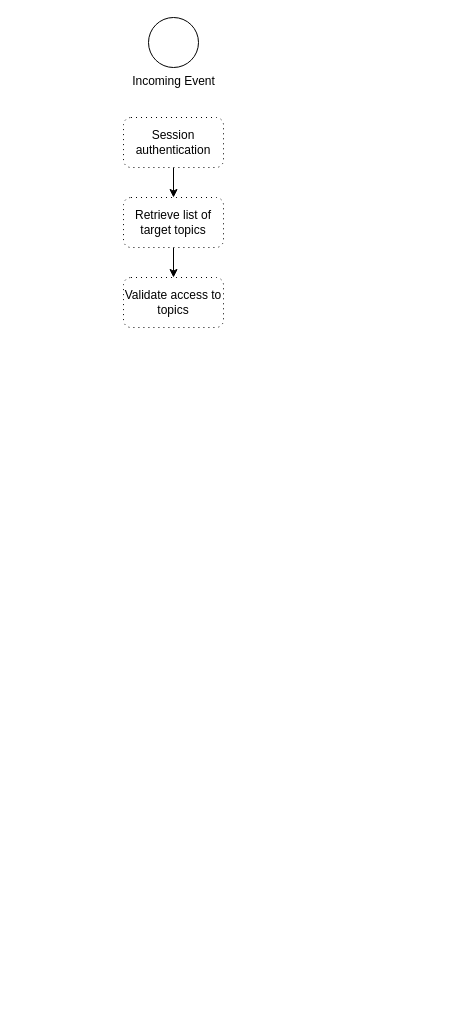
Earlier version of the draw.io diagram Kafka Routing design.drawio (jdbennet2001/draw.io). Source tidied: cells renumbered, new cells numbered last; positions are measured from the earlier drawing's top-left corner, leaving out a move shared by most shapes. Both pictures are drawn from the tidied source at 100%, with x=0, y=0 at pixel (123, 17).
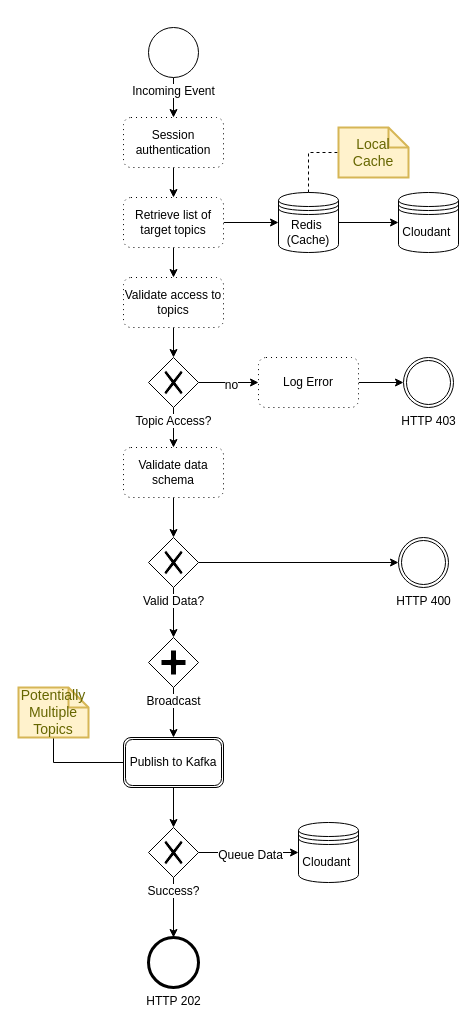
The same diagram, later.

Unchanged cells that the change refers to:
```xml
<mxCell id="4" value="Session authentication" style="shape=ext;rounded=1;html=1;whiteSpace=wrap;dashed=1;dashPattern=1 4;" parent="1" vertex="1">
  <mxGeometry y="100" width="100" height="50" as="geometry" />
</mxCell>
<mxCell id="6" value="Retrieve list of target topics" style="shape=ext;rounded=1;html=1;whiteSpace=wrap;dashed=1;dashPattern=1 4;" parent="1" vertex="1">
  <mxGeometry y="180" width="100" height="50" as="geometry" />
</mxCell>
<mxCell id="7" value="Validate access to topics" style="shape=ext;rounded=1;html=1;whiteSpace=wrap;dashed=1;dashPattern=1 4;" parent="1" vertex="1">
  <mxGeometry y="260" width="100" height="50" as="geometry" />
</mxCell>
```

Change to the diagram source:
```diff
@@
+    <mxCell id="8" style="edgeStyle=orthogonalEdgeStyle;rounded=0;jettySize=auto;html=1;entryX=0.5;entryY=0;entryDx=0;entryDy=0;" parent="1" edge="1" source="2" target="4">
+      <mxGeometry relative="1" as="geometry" />
+    </mxCell>
     <mxCell id="2" value="Incoming Event" style="shape=mxgraph.bpmn.shape;html=1;verticalLabelPosition=bottom;labelBackgroundColor=#ffffff;verticalAlign=top;align=center;perimeter=ellipsePerimeter;outlineConnect=0;outline=standard;symbol=general;" parent="1" vertex="1">
-      <mxGeometry x="25" width="50" height="50" as="geometry" />
+      <mxGeometry x="25" y="10" width="50" height="50" as="geometry" />
     </mxCell>
@@
+    <mxCell id="9" style="edgeStyle=orthogonalEdgeStyle;rounded=0;jettySize=auto;html=1;exitX=1;exitY=0.5;exitDx=0;exitDy=0;entryX=0;entryY=0.5;entryDx=0;entryDy=0;" parent="1" edge="1" source="6" target="15">
+      <mxGeometry relative="1" as="geometry" />
+    </mxCell>
@@
+    <mxCell id="10" style="edgeStyle=orthogonalEdgeStyle;rounded=0;jettySize=auto;html=1;exitX=0.5;exitY=1;exitDx=0;exitDy=0;entryX=0.5;entryY=0;entryDx=0;entryDy=0;" parent="1" edge="1" source="7" target="21">
+      <mxGeometry relative="1" as="geometry" />
+    </mxCell>
@@
+    <mxCell id="11" style="edgeStyle=orthogonalEdgeStyle;rounded=0;jettySize=auto;html=1;exitX=0.5;exitY=1;exitDx=0;exitDy=0;entryX=0.5;entryY=0;entryDx=0;entryDy=0;endArrow=classic;endFill=1;strokeColor=#000000;" parent="1" edge="1" source="12" target="27">
+      <mxGeometry relative="1" as="geometry" />
+    </mxCell>
+    <mxCell id="12" value="Validate data schema" style="shape=ext;rounded=1;html=1;whiteSpace=wrap;dashed=1;dashPattern=1 4;" parent="1" vertex="1">
+      <mxGeometry y="430" width="100" height="50" as="geometry" />
+    </mxCell>
+    <mxCell id="13" style="edgeStyle=orthogonalEdgeStyle;rounded=0;jettySize=auto;html=1;exitX=1;exitY=0.5;exitDx=0;exitDy=0;entryX=0;entryY=0.5;entryDx=0;entryDy=0;" parent="1" edge="1" source="15" target="16">
+      <mxGeometry relative="1" as="geometry" />
+    </mxCell>
+    <mxCell id="14" style="edgeStyle=orthogonalEdgeStyle;rounded=0;jettySize=auto;html=1;entryX=0;entryY=0.5;entryDx=0;entryDy=0;entryPerimeter=0;strokeColor=#000000;endArrow=none;endFill=0;dashed=1;" parent="1" edge="1" source="15" target="17">
+      <mxGeometry relative="1" as="geometry" />
+    </mxCell>
+    <mxCell id="15" value="Redis&amp;nbsp;&lt;br&gt;(Cache)" style="shape=datastore;whiteSpace=wrap;html=1;" parent="1" vertex="1">
+      <mxGeometry x="155" y="175" width="60" height="60" as="geometry" />
+    </mxCell>
+    <mxCell id="16" value="Cloudant&amp;nbsp;" style="shape=datastore;whiteSpace=wrap;html=1;" parent="1" vertex="1">
+      <mxGeometry x="275" y="175" width="60" height="60" as="geometry" />
+    </mxCell>
+    <mxCell id="17" value="Local Cache" style="shape=note;strokeWidth=2;fontSize=14;size=20;whiteSpace=wrap;html=1;fillColor=#fff2cc;strokeColor=#d6b656;fontColor=#666600;" parent="1" vertex="1">
+      <mxGeometry x="215" y="110" width="70" height="50" as="geometry" />
+    </mxCell>
+    <mxCell id="18" style="edgeStyle=orthogonalEdgeStyle;rounded=0;jettySize=auto;html=1;exitX=0.5;exitY=1;exitDx=0;exitDy=0;entryX=0.5;entryY=0;entryDx=0;entryDy=0;" parent="1" edge="1" source="21" target="12">
+      <mxGeometry relative="1" as="geometry" />
+    </mxCell>
+    <mxCell id="19" style="edgeStyle=orthogonalEdgeStyle;rounded=0;jettySize=auto;html=1;exitX=1;exitY=0.5;exitDx=0;exitDy=0;entryX=0;entryY=0.5;entryDx=0;entryDy=0;endArrow=classic;endFill=1;strokeColor=#000000;" parent="1" edge="1" source="21" target="23">
+      <mxGeometry relative="1" as="geometry" />
+    </mxCell>
+    <mxCell id="20" value="no" style="text;html=1;align=center;verticalAlign=middle;labelBackgroundColor=#ffffff;" parent="19" vertex="1">
+      <mxGeometry x="0.07" y="-2" relative="1" as="geometry" />
+    </mxCell>
+    <mxCell id="21" value="Topic Access?" style="shape=mxgraph.bpmn.shape;html=1;verticalLabelPosition=bottom;labelBackgroundColor=#ffffff;verticalAlign=top;align=center;perimeter=rhombusPerimeter;background=gateway;outlineConnect=0;outline=none;symbol=exclusiveGw;" parent="1" vertex="1">
+      <mxGeometry x="25" y="340" width="50" height="50" as="geometry" />
+    </mxCell>
+    <mxCell id="22" style="edgeStyle=orthogonalEdgeStyle;rounded=0;jettySize=auto;html=1;endArrow=classic;endFill=1;strokeColor=#000000;" parent="1" edge="1" source="23" target="24">
+      <mxGeometry relative="1" as="geometry" />
+    </mxCell>
+    <mxCell id="23" value="Log Error" style="shape=ext;rounded=1;html=1;whiteSpace=wrap;dashed=1;dashPattern=1 4;" parent="1" vertex="1">
+      <mxGeometry x="135" y="340" width="100" height="50" as="geometry" />
+    </mxCell>
+    <mxCell id="24" value="HTTP 403" style="shape=mxgraph.bpmn.shape;html=1;verticalLabelPosition=bottom;labelBackgroundColor=#ffffff;verticalAlign=top;align=center;perimeter=ellipsePerimeter;outlineConnect=0;outline=throwing;symbol=general;" parent="1" vertex="1">
+      <mxGeometry x="280" y="340" width="50" height="50" as="geometry" />
+    </mxCell>
+    <mxCell id="25" style="edgeStyle=orthogonalEdgeStyle;rounded=0;jettySize=auto;html=1;exitX=1;exitY=0.5;exitDx=0;exitDy=0;entryX=0;entryY=0.5;entryDx=0;entryDy=0;endArrow=classic;endFill=1;strokeColor=#000000;" parent="1" edge="1" source="27" target="28">
+      <mxGeometry relative="1" as="geometry" />
+    </mxCell>
+    <mxCell id="26" style="edgeStyle=orthogonalEdgeStyle;rounded=0;jettySize=auto;html=1;entryX=0.5;entryY=0;entryDx=0;entryDy=0;endArrow=classic;endFill=1;strokeColor=#000000;" parent="1" edge="1" source="27" target="30">
+      <mxGeometry relative="1" as="geometry" />
+    </mxCell>
+    <mxCell id="27" value="Valid Data?" style="shape=mxgraph.bpmn.shape;html=1;verticalLabelPosition=bottom;labelBackgroundColor=#ffffff;verticalAlign=top;align=center;perimeter=rhombusPerimeter;background=gateway;outlineConnect=0;outline=none;symbol=exclusiveGw;" parent="1" vertex="1">
+      <mxGeometry x="25" y="520" width="50" height="50" as="geometry" />
+    </mxCell>
+    <mxCell id="28" value="HTTP 400" style="shape=mxgraph.bpmn.shape;html=1;verticalLabelPosition=bottom;labelBackgroundColor=#ffffff;verticalAlign=top;align=center;perimeter=ellipsePerimeter;outlineConnect=0;outline=throwing;symbol=general;" parent="1" vertex="1">
+      <mxGeometry x="275" y="520" width="50" height="50" as="geometry" />
+    </mxCell>
+    <mxCell id="29" style="edgeStyle=orthogonalEdgeStyle;rounded=0;jettySize=auto;html=1;exitX=0.5;exitY=1;exitDx=0;exitDy=0;entryX=0.5;entryY=0;entryDx=0;entryDy=0;endArrow=classic;endFill=1;strokeColor=#000000;" parent="1" edge="1" source="30" target="32">
+      <mxGeometry relative="1" as="geometry" />
+    </mxCell>
+    <mxCell id="30" value="Broadcast" style="shape=mxgraph.bpmn.shape;html=1;verticalLabelPosition=bottom;labelBackgroundColor=#ffffff;verticalAlign=top;align=center;perimeter=rhombusPerimeter;background=gateway;outlineConnect=0;outline=none;symbol=parallelGw;" parent="1" vertex="1">
+      <mxGeometry x="25" y="620" width="50" height="50" as="geometry" />
+    </mxCell>
+    <mxCell id="31" style="edgeStyle=orthogonalEdgeStyle;rounded=0;jettySize=auto;html=1;exitX=0.5;exitY=1;exitDx=0;exitDy=0;entryX=0.5;entryY=0;entryDx=0;entryDy=0;endArrow=classic;endFill=1;strokeColor=#000000;" parent="1" edge="1" source="32" target="39">
+      <mxGeometry relative="1" as="geometry" />
+    </mxCell>
+    <mxCell id="32" value="Publish to Kafka" style="shape=ext;rounded=1;html=1;whiteSpace=wrap;double=1;" parent="1" vertex="1">
+      <mxGeometry y="720" width="100" height="50" as="geometry" />
+    </mxCell>
+    <mxCell id="33" style="edgeStyle=orthogonalEdgeStyle;rounded=0;jettySize=auto;html=1;exitX=0.5;exitY=1;exitDx=0;exitDy=0;exitPerimeter=0;entryX=0;entryY=0.5;entryDx=0;entryDy=0;endArrow=none;endFill=0;strokeColor=#000000;" parent="1" edge="1" source="34" target="32">
+      <mxGeometry relative="1" as="geometry" />
+    </mxCell>
+    <mxCell id="34" value="Potentially Multiple Topics" style="shape=note;strokeWidth=2;fontSize=14;size=20;whiteSpace=wrap;html=1;fillColor=#fff2cc;strokeColor=#d6b656;fontColor=#666600;" parent="1" vertex="1">
+      <mxGeometry x="-105" y="670" width="70" height="50" as="geometry" />
+    </mxCell>
+    <mxCell id="35" value="Cloudant&amp;nbsp;" style="shape=datastore;whiteSpace=wrap;html=1;" parent="1" vertex="1">
+      <mxGeometry x="175" y="805" width="60" height="60" as="geometry" />
+    </mxCell>
+    <mxCell id="36" style="edgeStyle=orthogonalEdgeStyle;rounded=0;jettySize=auto;html=1;exitX=1;exitY=0.5;exitDx=0;exitDy=0;entryX=0;entryY=0.5;entryDx=0;entryDy=0;endArrow=classic;endFill=1;strokeColor=#000000;" parent="1" edge="1" source="39" target="35">
+      <mxGeometry relative="1" as="geometry" />
+    </mxCell>
+    <mxCell id="37" value="Queue Data" style="text;html=1;align=center;verticalAlign=middle;labelBackgroundColor=#ffffff;" parent="36" vertex="1">
+      <mxGeometry x="0.02" y="-2" relative="1" as="geometry" />
+    </mxCell>
+    <mxCell id="38" style="edgeStyle=orthogonalEdgeStyle;rounded=0;jettySize=auto;html=1;entryX=0.5;entryY=0;entryDx=0;entryDy=0;endArrow=classic;endFill=1;strokeColor=#000000;" parent="1" edge="1" source="39" target="40">
+      <mxGeometry relative="1" as="geometry" />
+    </mxCell>
+    <mxCell id="39" value="Success?" style="shape=mxgraph.bpmn.shape;html=1;verticalLabelPosition=bottom;labelBackgroundColor=#ffffff;verticalAlign=top;align=center;perimeter=rhombusPerimeter;background=gateway;outlineConnect=0;outline=none;symbol=exclusiveGw;" parent="1" vertex="1">
+      <mxGeometry x="25" y="810" width="50" height="50" as="geometry" />
+    </mxCell>
+    <mxCell id="40" value="HTTP 202" style="shape=mxgraph.bpmn.shape;html=1;verticalLabelPosition=bottom;labelBackgroundColor=#ffffff;verticalAlign=top;align=center;perimeter=ellipsePerimeter;outlineConnect=0;outline=end;symbol=general;" parent="1" vertex="1">
+      <mxGeometry x="25" y="920" width="50" height="50" as="geometry" />
+    </mxCell>
```
